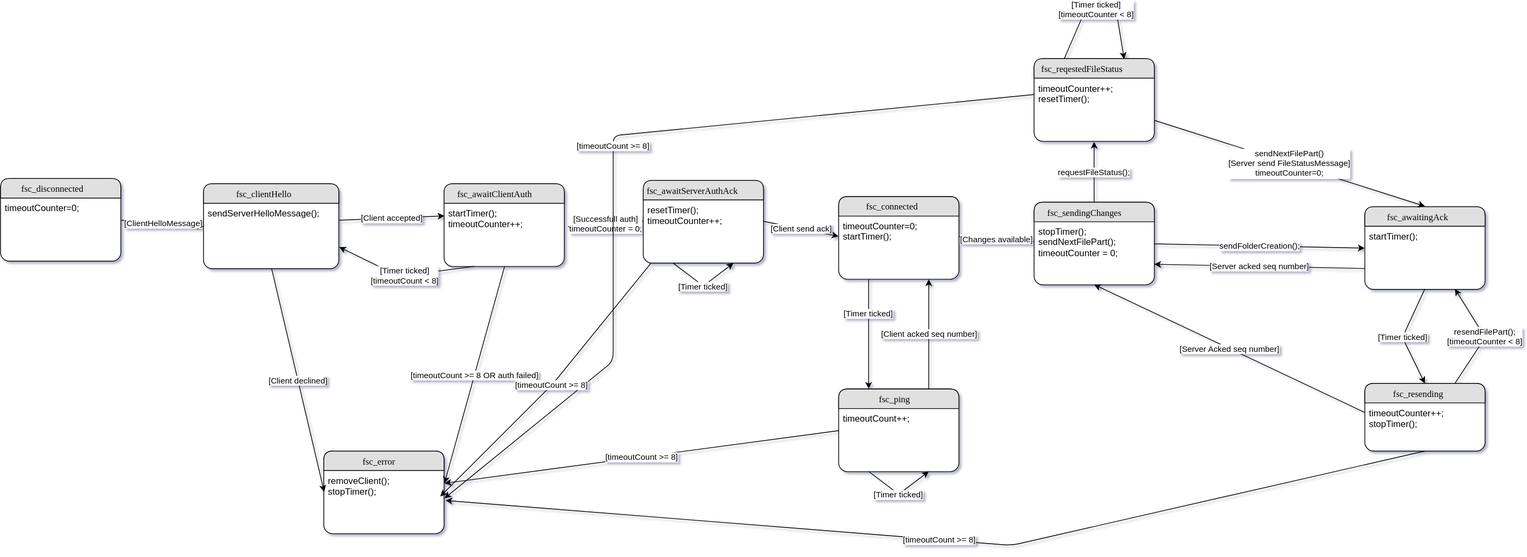
COM8/proto-assignments keeps this draw.io diagram as FileServerClientStateChart.svg. Above is the earlier version. Source tidied: cells renumbered, new cells last; positions are measured from the earlier drawing's top-left corner, leaving out a move shared by most shapes.
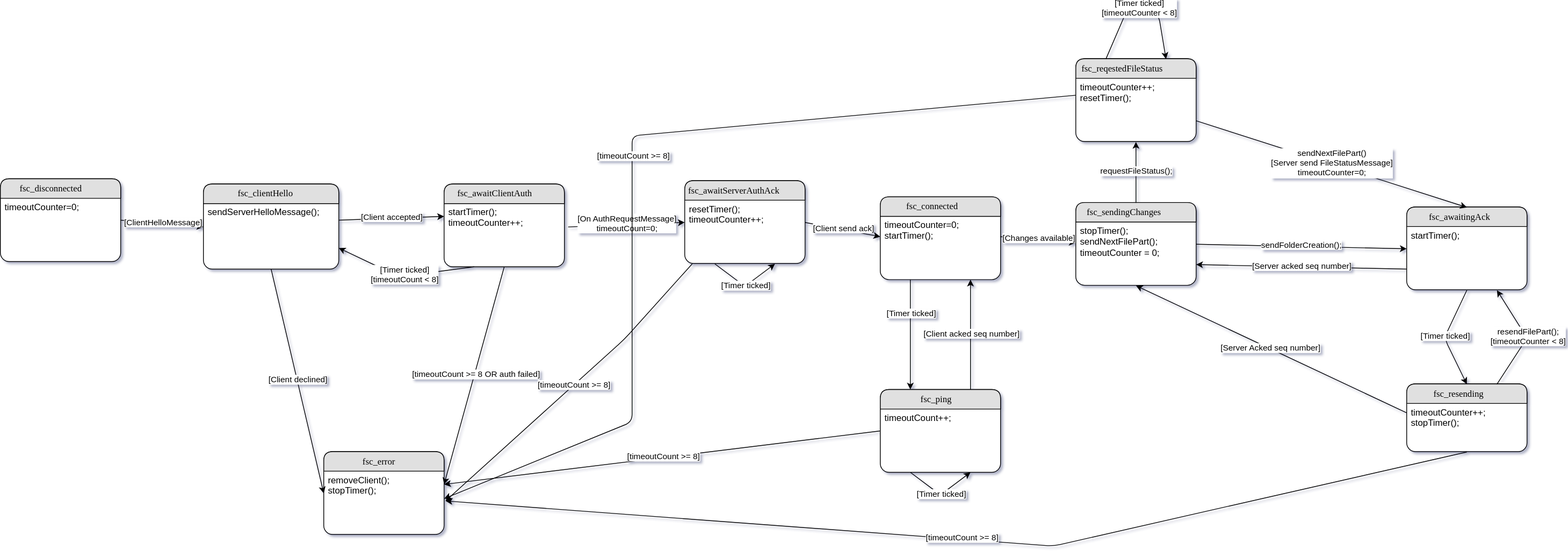
After the commit.

Commit message:
Updated state chart

The edit, as a diff of the source:
```diff
@@ -3,19 +3,19 @@
     <mxCell id="0" />
     <mxCell id="1" parent="0" />
     <mxCell id="2" value="fsc_disconnected" style="swimlane;html=1;fontStyle=0;horizontal=1;startSize=26;fillColor=#e0e0e0;swimlaneFillColor=#ffffff;align=center;rounded=1;shadow=0;comic=0;labelBackgroundColor=none;strokeColor=#000000;strokeWidth=1;fontFamily=Verdana;fontSize=12;fontColor=#000000;" parent="1" vertex="1">
-      <mxGeometry y="229" width="160" height="110" as="geometry" />
+      <mxGeometry x="-55" y="229" width="160" height="110" as="geometry" />
     </mxCell>
     <mxCell id="3" value="&lt;div&gt;timeoutCounter=0;&lt;/div&gt;" style="text;html=1;strokeColor=none;fillColor=none;spacingLeft=4;spacingRight=4;whiteSpace=wrap;overflow=hidden;" parent="2" vertex="1">
       <mxGeometry y="26" width="160" height="44" as="geometry" />
     </mxCell>
     <mxCell id="4" value="fsc_clientHello" style="swimlane;html=1;fontStyle=0;horizontal=1;startSize=26;fillColor=#e0e0e0;swimlaneFillColor=#ffffff;align=center;rounded=1;shadow=0;comic=0;labelBackgroundColor=none;strokeColor=#000000;strokeWidth=1;fontFamily=Verdana;fontSize=12;fontColor=#000000;" parent="1" vertex="1">
-      <mxGeometry x="270" y="236" width="180" height="113" as="geometry" />
+      <mxGeometry x="215" y="236" width="180" height="113" as="geometry" />
     </mxCell>
     <mxCell id="5" value="&lt;div&gt;sendServerHelloMessage();&lt;/div&gt;" style="text;html=1;strokeColor=none;fillColor=none;spacingLeft=4;spacingRight=4;whiteSpace=wrap;overflow=hidden;points=[[0,0.5],[1,0.5]];portConstraint=eastwest;" parent="4" vertex="1">
       <mxGeometry y="26" width="180" height="44" as="geometry" />
     </mxCell>
     <mxCell id="6" value="fsc_awaitClientAuth" style="swimlane;html=1;fontStyle=0;horizontal=1;startSize=26;fillColor=#e0e0e0;swimlaneFillColor=#ffffff;align=center;rounded=1;shadow=0;comic=0;labelBackgroundColor=none;strokeColor=#000000;strokeWidth=1;fontFamily=Verdana;fontSize=12;fontColor=#000000;" parent="1" vertex="1">
-      <mxGeometry x="590" y="236" width="160" height="110" as="geometry" />
+      <mxGeometry x="535" y="236" width="160" height="110" as="geometry" />
     </mxCell>
     <mxCell id="7" value="&lt;div&gt;startTimer();&lt;/div&gt;&lt;div&gt;timeoutCounter++;&lt;br&gt;&lt;/div&gt;" style="text;html=1;strokeColor=none;fillColor=none;spacingLeft=4;spacingRight=4;whiteSpace=wrap;overflow=hidden;points=[[0,0.5],[1,0.5]];portConstraint=eastwest;" parent="6" vertex="1">
       <mxGeometry y="26" width="160" height="34" as="geometry" />
@@ -33,7 +33,7 @@
       <mxGeometry y="26" width="160" height="54" as="geometry" />
     </mxCell>
     <mxCell id="12" value="fsc_error" style="swimlane;html=1;fontStyle=0;horizontal=1;startSize=26;fillColor=#e0e0e0;swimlaneFillColor=#ffffff;align=center;rounded=1;shadow=0;comic=0;labelBackgroundColor=none;strokeColor=#000000;strokeWidth=1;fontFamily=Verdana;fontSize=12;fontColor=#000000;" parent="1" vertex="1">
-      <mxGeometry x="430" y="591.5" width="160" height="110" as="geometry" />
+      <mxGeometry x="375" y="591.5" width="160" height="110" as="geometry" />
     </mxCell>
     <mxCell id="13" value="&lt;div&gt;removeClient();&lt;/div&gt;&lt;div&gt;stopTimer();&lt;br&gt;&lt;/div&gt;" style="text;html=1;strokeColor=none;fillColor=none;spacingLeft=4;spacingRight=4;whiteSpace=wrap;overflow=hidden;points=[[0,0.5],[1,0.5]];portConstraint=eastwest;" parent="12" vertex="1">
       <mxGeometry y="26" width="160" height="34" as="geometry" />
@@ -50,14 +50,14 @@
     <mxCell id="17" value="&lt;div&gt;[Timer ticked]&lt;/div&gt;&lt;div&gt;[timeoutCount &amp;lt; 8]&lt;br&gt;&lt;/div&gt;" style="endArrow=classic;html=1;exitX=0.25;exitY=1;entryX=1;entryY=0.75;" parent="1" edge="1" source="6" target="4">
       <mxGeometry relative="1" as="geometry">
         <Array as="points">
-          <mxPoint x="530" y="359" />
+          <mxPoint x="475" y="359" />
         </Array>
       </mxGeometry>
     </mxCell>
     <mxCell id="18" value="[timeoutCount &amp;gt;= 8 OR auth failed]" style="endArrow=classic;html=1;exitX=0.5;exitY=1;entryX=1;entryY=0.5;" parent="1" edge="1" source="6" target="13">
       <mxGeometry relative="1" as="geometry" />
     </mxCell>
-    <mxCell id="19" value="&lt;div&gt;[Successfull auth]&lt;/div&gt;&lt;div&gt;timeoutCounter = 0;&lt;br&gt;&lt;/div&gt;" style="endArrow=classic;html=1;exitX=1.031;exitY=0.912;exitPerimeter=0;entryX=0;entryY=0.5;" parent="1" edge="1" source="7" target="43">
+    <mxCell id="19" value="&lt;div&gt;[On AuthRequestMessage]&lt;/div&gt;&lt;div&gt;timeoutCount=0;&lt;br&gt;&lt;/div&gt;" style="endArrow=classic;html=1;exitX=1.031;exitY=0.912;exitPerimeter=0;entryX=0;entryY=0.5;" parent="1" edge="1" source="7" target="43">
       <mxGeometry relative="1" as="geometry" />
     </mxCell>
     <mxCell id="20" value="[Timer ticked]" style="endArrow=classic;html=1;exitX=0.25;exitY=1;entryX=0.25;entryY=0;" parent="1" edge="1" source="10" target="8">
@@ -143,8 +143,8 @@
     <mxCell id="41" value="[timeoutCount &amp;gt;= 8]" style="endArrow=classic;html=1;exitX=0;exitY=0.5;entryX=1;entryY=1.074;entryPerimeter=0;" parent="1" edge="1" source="24" target="13">
       <mxGeometry relative="1" as="geometry">
         <Array as="points">
-          <mxPoint x="815" y="172" />
-          <mxPoint x="815" y="472" />
+          <mxPoint x="785" y="172" />
+          <mxPoint x="785" y="552" />
         </Array>
       </mxGeometry>
     </mxCell>
@@ -171,12 +171,11 @@
         </Array>
       </mxGeometry>
     </mxCell>
-    <mxCell id="47" value="&lt;div&gt;[timeoutCount &amp;gt;= 8]&lt;/div&gt;" style="endArrow=classic;html=1;" parent="1" edge="1">
+    <mxCell id="47" value="&lt;div&gt;[timeoutCount &amp;gt;= 8]&lt;/div&gt;" style="endArrow=classic;html=1;entryX=1.013;entryY=1.162;entryPerimeter=0;" parent="1" edge="1" target="13">
       <mxGeometry relative="1" as="geometry">
         <mxPoint x="865" y="342" as="sourcePoint" />
-        <mxPoint x="585" y="652" as="targetPoint" />
         <Array as="points">
-          <mxPoint x="735" y="502" />
+          <mxPoint x="775" y="442" />
         </Array>
       </mxGeometry>
     </mxCell>
```
